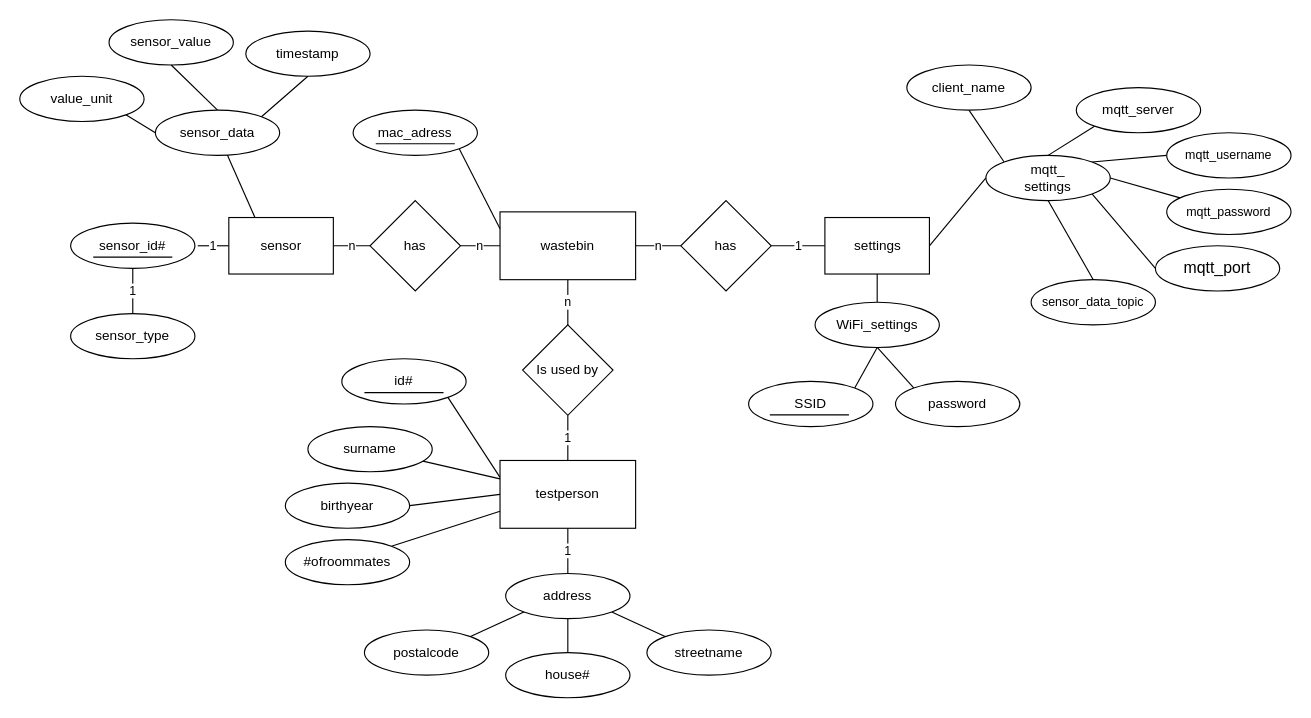
Before: WasteBinDBER.drawio in Casperdroid5/IoT-WasteBin-prototype, a draw.io diagram. Source tidied: cells renumbered, new cells numbered last; positions are measured from the earlier drawing's top-left corner, leaving out a move shared by most shapes. Both pictures are drawn from the tidied source at 113%, with x=0, y=0 at pixel (19, 19).
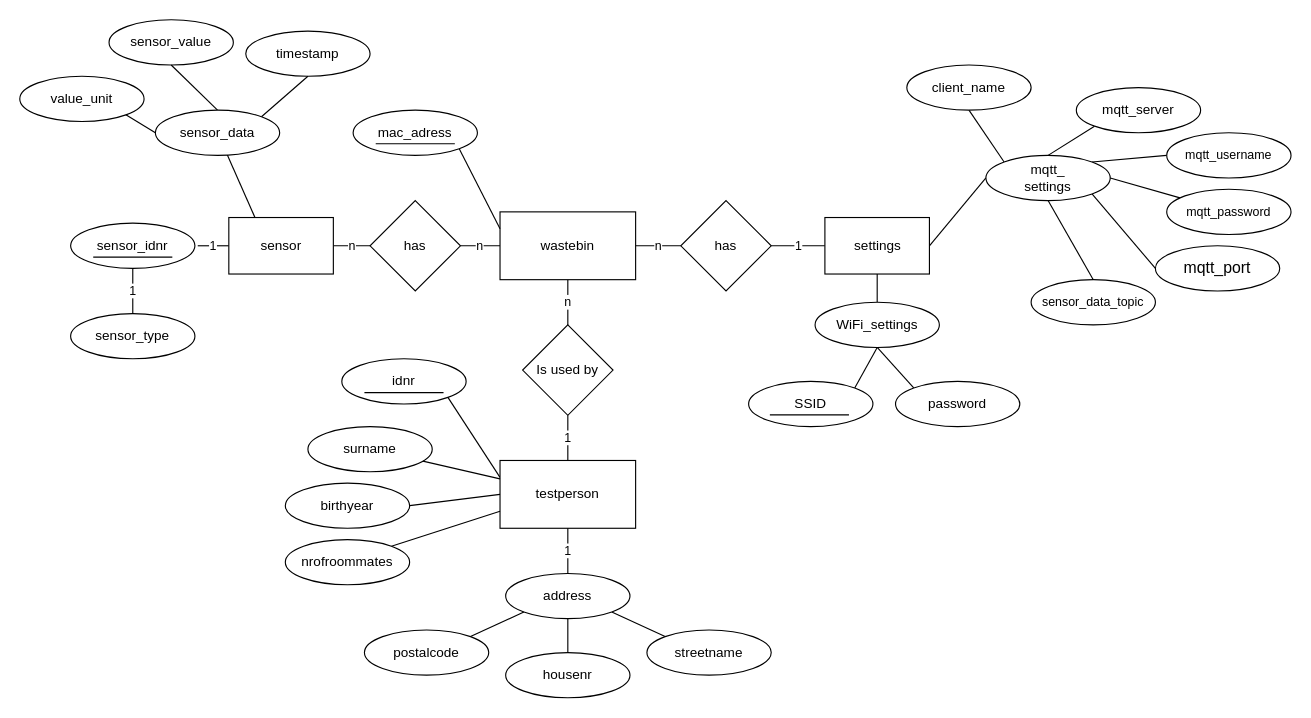
Above is the later version.

Diff of the diagram source:
```diff
@@
-    <mxCell id="13" value="id#" style="ellipse;whiteSpace=wrap;html=1;" parent="1" vertex="1">
+    <mxCell id="13" value="idnr" style="ellipse;whiteSpace=wrap;html=1;" parent="1" vertex="1">
       <mxGeometry x="285" y="300" width="110" height="40" as="geometry" />
     </mxCell>
@@
-    <mxCell id="19" value="#ofroommates" style="ellipse;whiteSpace=wrap;html=1;" parent="1" vertex="1">
+    <mxCell id="19" value="nrofroommates" style="ellipse;whiteSpace=wrap;html=1;" parent="1" vertex="1">
       <mxGeometry x="235" y="460" width="110" height="40" as="geometry" />
     </mxCell>
@@
-    <mxCell id="25" value="house#" style="ellipse;whiteSpace=wrap;html=1;" parent="1" vertex="1">
+    <mxCell id="25" value="housenr" style="ellipse;whiteSpace=wrap;html=1;" parent="1" vertex="1">
       <mxGeometry x="430" y="560" width="110" height="40" as="geometry" />
     </mxCell>
@@
-    <mxCell id="56" value="sensor_id#" style="ellipse;whiteSpace=wrap;html=1;" parent="1" vertex="1">
+    <mxCell id="56" value="sensor_idnr" style="ellipse;whiteSpace=wrap;html=1;" parent="1" vertex="1">
       <mxGeometry x="45" y="180" width="110" height="40" as="geometry" />
     </mxCell>
```
